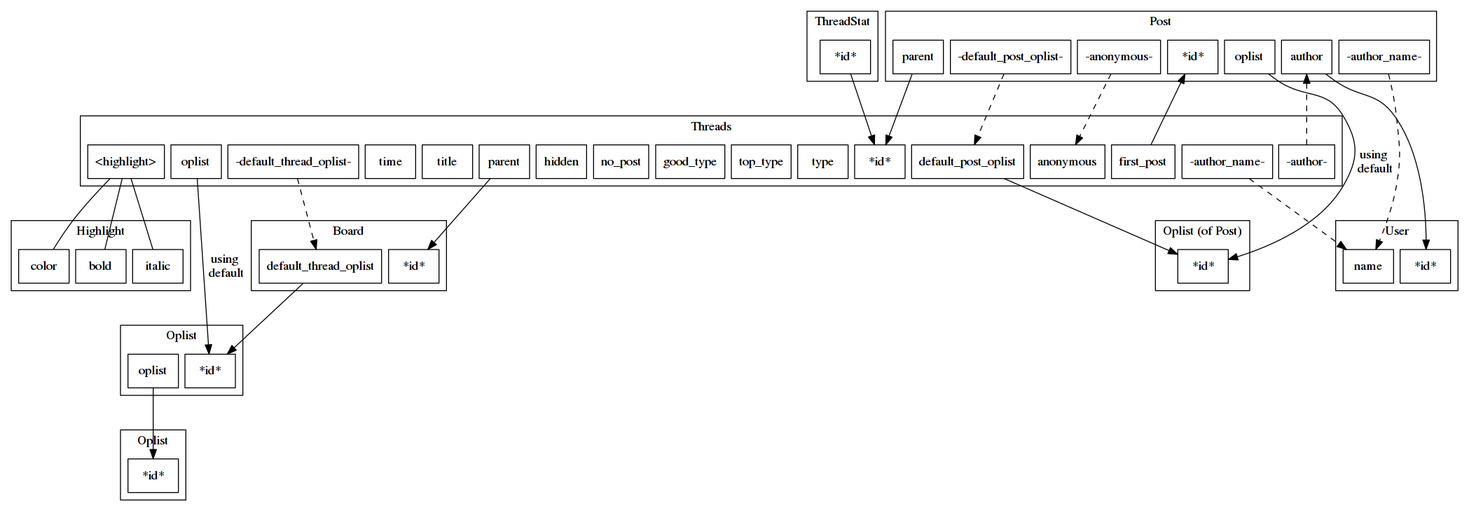
This is pages/graph/erd/threads.png from cc98-frontend-development/API, a Graphviz export, as it was before one commit. Its source is kept beside it as pages/graph/erd/threads.dot.
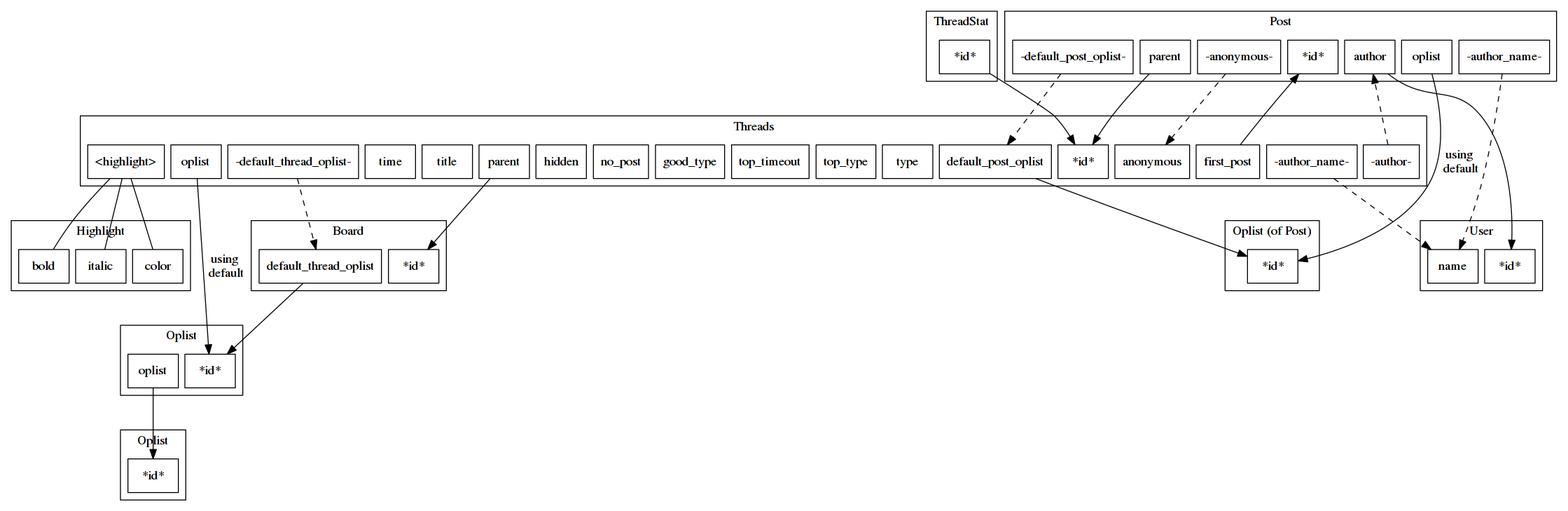
The same file after the commit.

Commit message:
add top_timeout

The edit, as a diff of the source:
```diff
@@ -13,6 +13,7 @@
 		node_a_thread_first_post            [ label = "first_post" ];
 		node_a_thread_type                  [ label = "type" ];
 		node_a_thread_top_type              [ label = "top_type" ];
+		node_a_thread_top_timeout           [ label = "top_timeout" ];
 		node_a_thread_good_type             [ label = "good_type" ];
 		node_a_thread_no_post               [ label = "no_post" ];
 		node_a_thread_hidden                [ label = "hidden" ];
```
